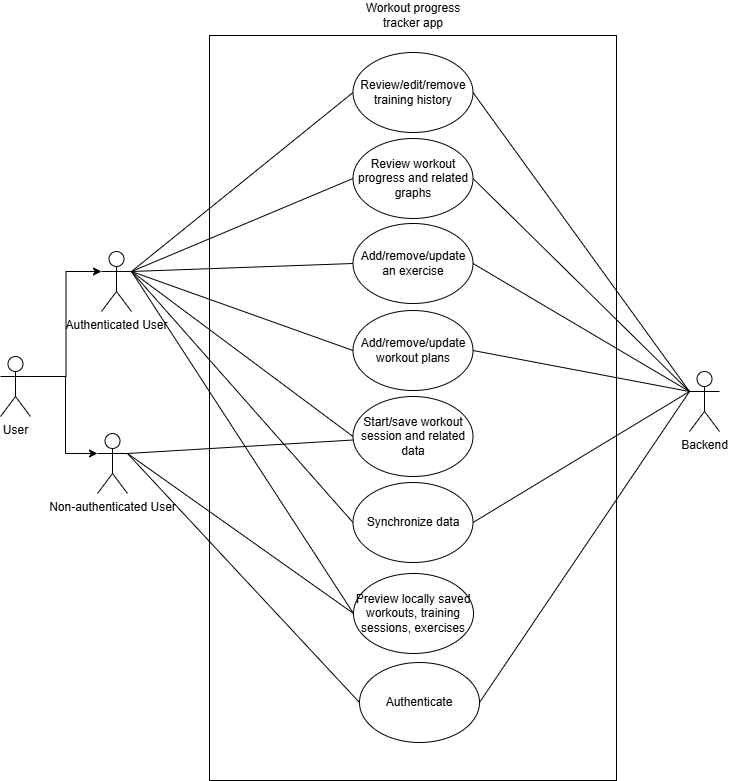
Zabuelis/LiftingPal keeps this draw.io diagram as diagrams_documents/workout_usecase.png. Above is the earlier version. Source tidied: cells renumbered, new cells last; positions are measured from the earlier drawing's top-left corner, leaving out a move shared by most shapes.
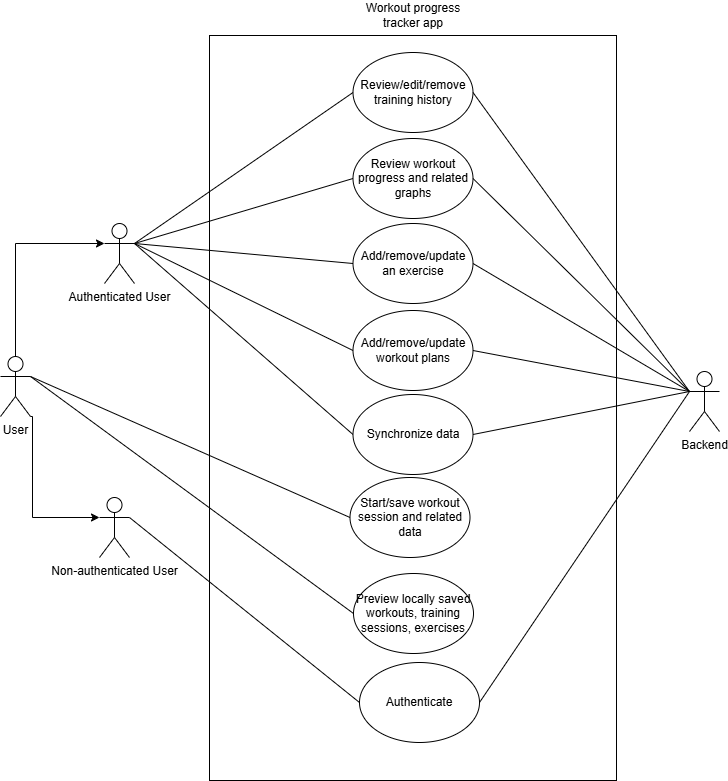
After the change.

Change to the diagram source:
```diff
@@ -24,8 +24,14 @@
       <mxGeometry x="352.5" y="310" width="120" height="80" as="geometry" />
     </mxCell>
     <mxCell id="9" value="Start/save workout session and related data" style="ellipse;whiteSpace=wrap;html=1;" parent="1" vertex="1">
-      <mxGeometry x="352.5" y="396" width="120" height="80" as="geometry" />
+      <mxGeometry x="349.5" y="477" width="120" height="80" as="geometry" />
     </mxCell>
+    <mxCell id="34" style="rounded=0;jettySize=auto;html=1;exitX=1;exitY=0.3333333333333333;exitDx=0;exitDy=0;exitPerimeter=0;entryX=0;entryY=0.5;entryDx=0;entryDy=0;endArrow=none;endFill=0;" parent="1" edge="1" source="10" target="9">
+      <mxGeometry relative="1" as="geometry" />
+    </mxCell>
+    <mxCell id="35" style="rounded=0;jettySize=auto;html=1;exitX=1;exitY=0.3333333333333333;exitDx=0;exitDy=0;exitPerimeter=0;entryX=0;entryY=0.5;entryDx=0;entryDy=0;endArrow=none;endFill=0;" parent="1" edge="1" source="10" target="31">
+      <mxGeometry relative="1" as="geometry" />
+    </mxCell>
     <mxCell id="10" value="User" style="shape=umlActor;verticalLabelPosition=bottom;verticalAlign=top;html=1;fillColor=light-dark(#FFFFFF,#FFFFFF);strokeColor=light-dark(#000000,#000000);fontColor=light-dark(#000000,#000000);" parent="1" vertex="1">
       <mxGeometry y="356" width="30" height="60" as="geometry" />
     </mxCell>
@@ -56,43 +62,31 @@
     <mxCell id="19" style="rounded=0;jettySize=auto;html=1;exitX=1;exitY=0.3333333333333333;exitDx=0;exitDy=0;exitPerimeter=0;entryX=0;entryY=0.5;entryDx=0;entryDy=0;endArrow=none;endFill=0;" parent="1" edge="1" source="23" target="8">
       <mxGeometry relative="1" as="geometry" />
     </mxCell>
-    <mxCell id="20" style="rounded=0;jettySize=auto;html=1;exitX=1;exitY=0.3333333333333333;exitDx=0;exitDy=0;exitPerimeter=0;entryX=0;entryY=0.5;entryDx=0;entryDy=0;endArrow=none;endFill=0;" parent="1" edge="1" source="23" target="9">
-      <mxGeometry relative="1" as="geometry" />
-    </mxCell>
-    <mxCell id="21" style="rounded=0;jettySize=auto;html=1;exitX=1;exitY=0.3333333333333333;exitDx=0;exitDy=0;exitPerimeter=0;entryX=0;entryY=0.5;entryDx=0;entryDy=0;endArrow=none;endFill=0;" parent="1" edge="1" source="23" target="31">
-      <mxGeometry relative="1" as="geometry" />
-    </mxCell>
     <mxCell id="22" style="rounded=0;jettySize=auto;html=1;exitX=1;exitY=0.3333333333333333;exitDx=0;exitDy=0;exitPerimeter=0;entryX=0;entryY=0.5;entryDx=0;entryDy=0;endArrow=none;endFill=0;" parent="1" edge="1" source="23" target="30">
       <mxGeometry relative="1" as="geometry" />
     </mxCell>
     <mxCell id="23" value="Authenticated User" style="shape=umlActor;verticalLabelPosition=bottom;verticalAlign=top;html=1;outlineConnect=0;" parent="1" vertex="1">
-      <mxGeometry x="101" y="251" width="30" height="60" as="geometry" />
+      <mxGeometry x="104" y="223" width="30" height="60" as="geometry" />
     </mxCell>
-    <mxCell id="24" style="rounded=0;jettySize=auto;html=1;exitX=1;exitY=0.3333333333333333;exitDx=0;exitDy=0;exitPerimeter=0;endArrow=none;endFill=0;" parent="1" edge="1" source="27" target="9">
-      <mxGeometry relative="1" as="geometry" />
-    </mxCell>
     <mxCell id="25" style="rounded=0;jettySize=auto;html=1;exitX=1;exitY=0.3333333333333333;exitDx=0;exitDy=0;exitPerimeter=0;entryX=0;entryY=0.5;entryDx=0;entryDy=0;endArrow=none;endFill=0;" parent="1" edge="1" source="27" target="32">
       <mxGeometry relative="1" as="geometry" />
     </mxCell>
-    <mxCell id="26" style="rounded=0;jettySize=auto;html=1;exitX=1;exitY=0.3333333333333333;exitDx=0;exitDy=0;exitPerimeter=0;entryX=0;entryY=0.5;entryDx=0;entryDy=0;endArrow=none;endFill=0;" parent="1" edge="1" source="27" target="31">
-      <mxGeometry relative="1" as="geometry" />
-    </mxCell>
     <mxCell id="27" value="Non-authenticated User" style="shape=umlActor;verticalLabelPosition=bottom;verticalAlign=top;html=1;outlineConnect=0;" parent="1" vertex="1">
-      <mxGeometry x="97" y="433" width="30" height="60" as="geometry" />
+      <mxGeometry x="99" y="497" width="30" height="60" as="geometry" />
     </mxCell>
-    <mxCell id="28" style="edgeStyle=orthogonalEdgeStyle;rounded=0;jettySize=auto;html=1;exitX=1;exitY=0.3333333333333333;exitDx=0;exitDy=0;exitPerimeter=0;entryX=0;entryY=0.3333333333333333;entryDx=0;entryDy=0;entryPerimeter=0;" parent="1" edge="1" source="10" target="23">
+    <mxCell id="28" style="edgeStyle=orthogonalEdgeStyle;rounded=0;jettySize=auto;html=1;exitX=0.5;exitY=0;exitDx=0;exitDy=0;exitPerimeter=0;entryX=0;entryY=0.3333333333333333;entryDx=0;entryDy=0;entryPerimeter=0;" parent="1" edge="1" source="10" target="23">
       <mxGeometry relative="1" as="geometry" />
     </mxCell>
-    <mxCell id="29" style="edgeStyle=orthogonalEdgeStyle;rounded=0;jettySize=auto;html=1;exitX=1;exitY=0.3333333333333333;exitDx=0;exitDy=0;exitPerimeter=0;entryX=0;entryY=0.3333333333333333;entryDx=0;entryDy=0;entryPerimeter=0;" parent="1" edge="1" source="10" target="27">
+    <mxCell id="29" style="edgeStyle=orthogonalEdgeStyle;rounded=0;jettySize=auto;html=1;entryX=0;entryY=0.3333333333333333;entryDx=0;entryDy=0;entryPerimeter=0;exitX=1;exitY=1;exitDx=0;exitDy=0;exitPerimeter=0;" parent="1" edge="1" source="10" target="27">
       <mxGeometry relative="1" as="geometry">
         <Array as="points">
-          <mxPoint x="65" y="376" />
-          <mxPoint x="65" y="453" />
+          <mxPoint x="32" y="416" />
+          <mxPoint x="32" y="517" />
         </Array>
       </mxGeometry>
     </mxCell>
     <mxCell id="30" value="Synchronize data" style="ellipse;whiteSpace=wrap;html=1;" parent="1" vertex="1">
-      <mxGeometry x="352.5" y="482" width="120" height="80" as="geometry" />
+      <mxGeometry x="352.5" y="394" width="120" height="80" as="geometry" />
     </mxCell>
     <mxCell id="31" value="Preview locally saved workouts, training sessions, exercises" style="ellipse;whiteSpace=wrap;html=1;" parent="1" vertex="1">
       <mxGeometry x="353" y="573" width="120" height="80" as="geometry" />
```
